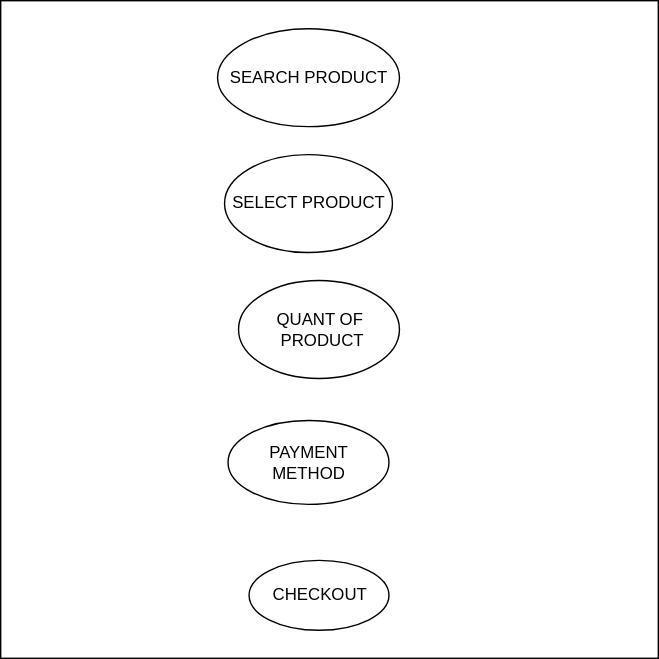
Above: USECASE.svg in AffanButt/Web-Server-In-Js (draw.io), before the change. Source tidied: cells renumbered, new cells last; positions are measured from the earlier drawing's top-left corner, leaving out a move shared by most shapes.
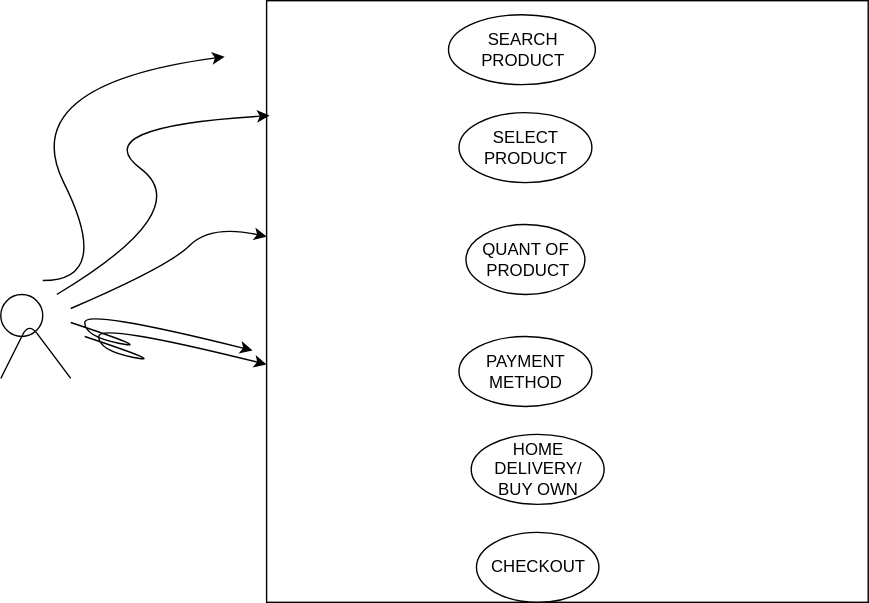
Later version of the same file.

What changed in the source:
```diff
@@ -3,22 +3,87 @@
     <mxCell id="0" />
     <mxCell id="1" parent="0" />
     <mxCell id="2" style="whiteSpace=wrap;html=1;" parent="1" vertex="1">
-      <mxGeometry width="470" height="470" as="geometry" />
+      <mxGeometry x="50" y="10" width="430" height="430" as="geometry" />
     </mxCell>
-    <mxCell id="3" value="SEARCH PRODUCT" style="shape=ellipse;html=1;dashed=0;whitespace=wrap;perimeter=ellipsePerimeter;" parent="1" vertex="1">
-      <mxGeometry x="155" y="20" width="130" height="70" as="geometry" />
+    <mxCell id="3" value="SEARCH &lt;br&gt;PRODUCT" style="shape=ellipse;html=1;dashed=0;whitespace=wrap;perimeter=ellipsePerimeter;" parent="1" vertex="1">
+      <mxGeometry x="180" y="20" width="105" height="50" as="geometry" />
     </mxCell>
-    <mxCell id="4" value="SELECT PRODUCT" style="shape=ellipse;html=1;dashed=0;whitespace=wrap;perimeter=ellipsePerimeter;" parent="1" vertex="1">
-      <mxGeometry x="160" y="110" width="120" height="70" as="geometry" />
+    <mxCell id="4" value="SELECT &lt;br&gt;PRODUCT" style="shape=ellipse;html=1;dashed=0;whitespace=wrap;perimeter=ellipsePerimeter;" parent="1" vertex="1">
+      <mxGeometry x="187.5" y="90" width="95" height="50" as="geometry" />
     </mxCell>
     <mxCell id="5" value="QUANT OF&lt;br&gt;&amp;nbsp;PRODUCT" style="shape=ellipse;html=1;dashed=0;whitespace=wrap;perimeter=ellipsePerimeter;" parent="1" vertex="1">
-      <mxGeometry x="170" y="200" width="115" height="70" as="geometry" />
+      <mxGeometry x="192.5" y="170" width="85" height="50" as="geometry" />
     </mxCell>
     <mxCell id="6" value="PAYMENT&lt;br&gt;METHOD" style="shape=ellipse;html=1;dashed=0;whitespace=wrap;perimeter=ellipsePerimeter;" parent="1" vertex="1">
-      <mxGeometry x="162.5" y="300" width="115" height="60" as="geometry" />
+      <mxGeometry x="187.5" y="250" width="95" height="50" as="geometry" />
     </mxCell>
     <mxCell id="7" value="CHECKOUT" style="shape=ellipse;html=1;dashed=0;whitespace=wrap;perimeter=ellipsePerimeter;" parent="1" vertex="1">
-      <mxGeometry x="177.5" y="400" width="100" height="50" as="geometry" />
+      <mxGeometry x="200" y="390" width="87.5" height="50" as="geometry" />
     </mxCell>
+    <mxCell id="8" value="HOME &lt;br&gt;DELIVERY/&lt;br&gt;BUY OWN" style="shape=ellipse;html=1;dashed=0;whitespace=wrap;perimeter=ellipsePerimeter;" parent="1" vertex="1">
+      <mxGeometry x="196.2" y="320" width="95" height="50" as="geometry" />
+    </mxCell>
+    <mxCell id="9" style="ellipse;whiteSpace=wrap;html=1;" parent="1" vertex="1">
+      <mxGeometry x="-140" y="220" width="30" height="30" as="geometry" />
+    </mxCell>
+    <mxCell id="10" style="endArrow=none;html=1;" parent="1" edge="1">
+      <mxGeometry relative="1" as="geometry">
+        <mxPoint x="-140" y="280" as="sourcePoint" />
+        <mxPoint x="-90" y="280" as="targetPoint" />
+        <Array as="points">
+          <mxPoint x="-120" y="240" />
+        </Array>
+      </mxGeometry>
+    </mxCell>
+    <mxCell id="11" style="curved=1;endArrow=classic;html=1;" parent="1" edge="1">
+      <mxGeometry relative="1" as="geometry">
+        <mxPoint x="-110" y="210" as="sourcePoint" />
+        <mxPoint x="20" y="50" as="targetPoint" />
+        <Array as="points">
+          <mxPoint x="-60" y="210" />
+          <mxPoint x="-130" y="70" />
+        </Array>
+      </mxGeometry>
+    </mxCell>
+    <mxCell id="12" style="curved=1;endArrow=classic;html=1;entryX=0.005;entryY=0.191;entryDx=0;entryDy=0;entryPerimeter=0;" parent="1" edge="1" target="2">
+      <mxGeometry relative="1" as="geometry">
+        <mxPoint x="-100" y="220" as="sourcePoint" />
+        <Array as="points">
+          <mxPoint y="160" />
+          <mxPoint x="-80" y="100" />
+        </Array>
+      </mxGeometry>
+    </mxCell>
+    <mxCell id="13" style="curved=1;endArrow=classic;html=1;" parent="1" edge="1" target="2">
+      <mxGeometry relative="1" as="geometry">
+        <mxPoint x="-90" y="230" as="sourcePoint" />
+        <Array as="points">
+          <mxPoint x="-20" y="200" />
+          <mxPoint x="10" y="170" />
+        </Array>
+      </mxGeometry>
+    </mxCell>
+    <mxCell id="14" style="curved=1;endArrow=classic;html=1;" parent="1" edge="1">
+      <mxGeometry relative="1" as="geometry">
+        <mxPoint x="-90" y="240" as="sourcePoint" />
+        <mxPoint x="40" y="260" as="targetPoint" />
+        <Array as="points">
+          <mxPoint x="-30" y="260" />
+          <mxPoint x="-80" y="250" />
+          <mxPoint x="-80" y="230" />
+        </Array>
+      </mxGeometry>
+    </mxCell>
+    <mxCell id="15" style="curved=1;endArrow=classic;html=1;" parent="1" edge="1">
+      <mxGeometry relative="1" as="geometry">
+        <mxPoint x="-80" y="250" as="sourcePoint" />
+        <mxPoint x="50" y="270" as="targetPoint" />
+        <Array as="points">
+          <mxPoint x="-20" y="270" />
+          <mxPoint x="-70" y="260" />
+          <mxPoint x="-70" y="240" />
+        </Array>
+      </mxGeometry>
+    </mxCell>
   </root>
 </mxGraphModel>
```
